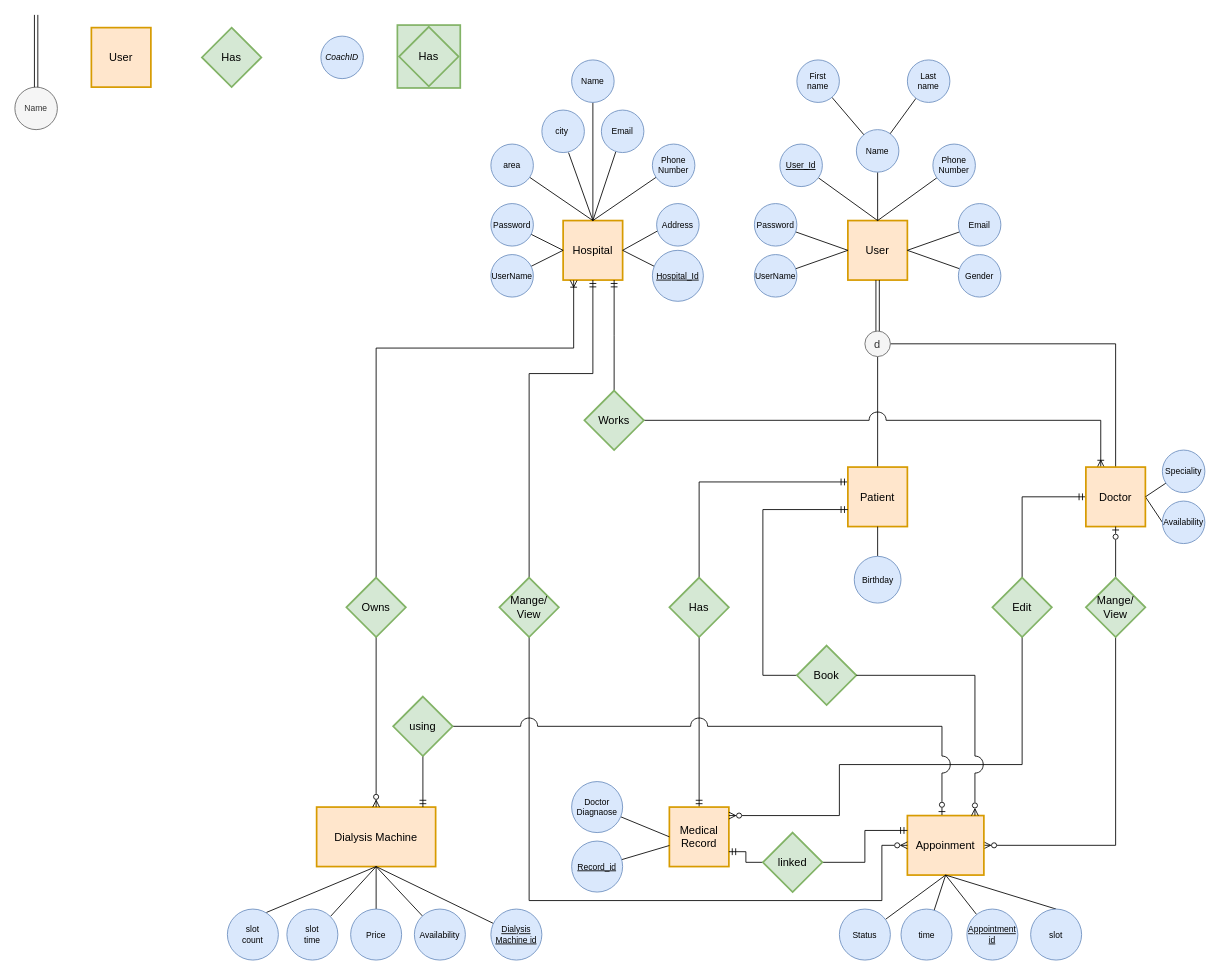
The draw.io diagram SQL/Yusuf's_erd.drawio in DoniaMetwalli/Hospital-System, before the edit. Source tidied: cells renumbered, new cells numbered last; positions are measured from the earlier drawing's top-left corner, leaving out a move shared by most shapes. Both pictures are drawn from the tidied source at 85%, with x=0, y=0 at pixel (14, 14).
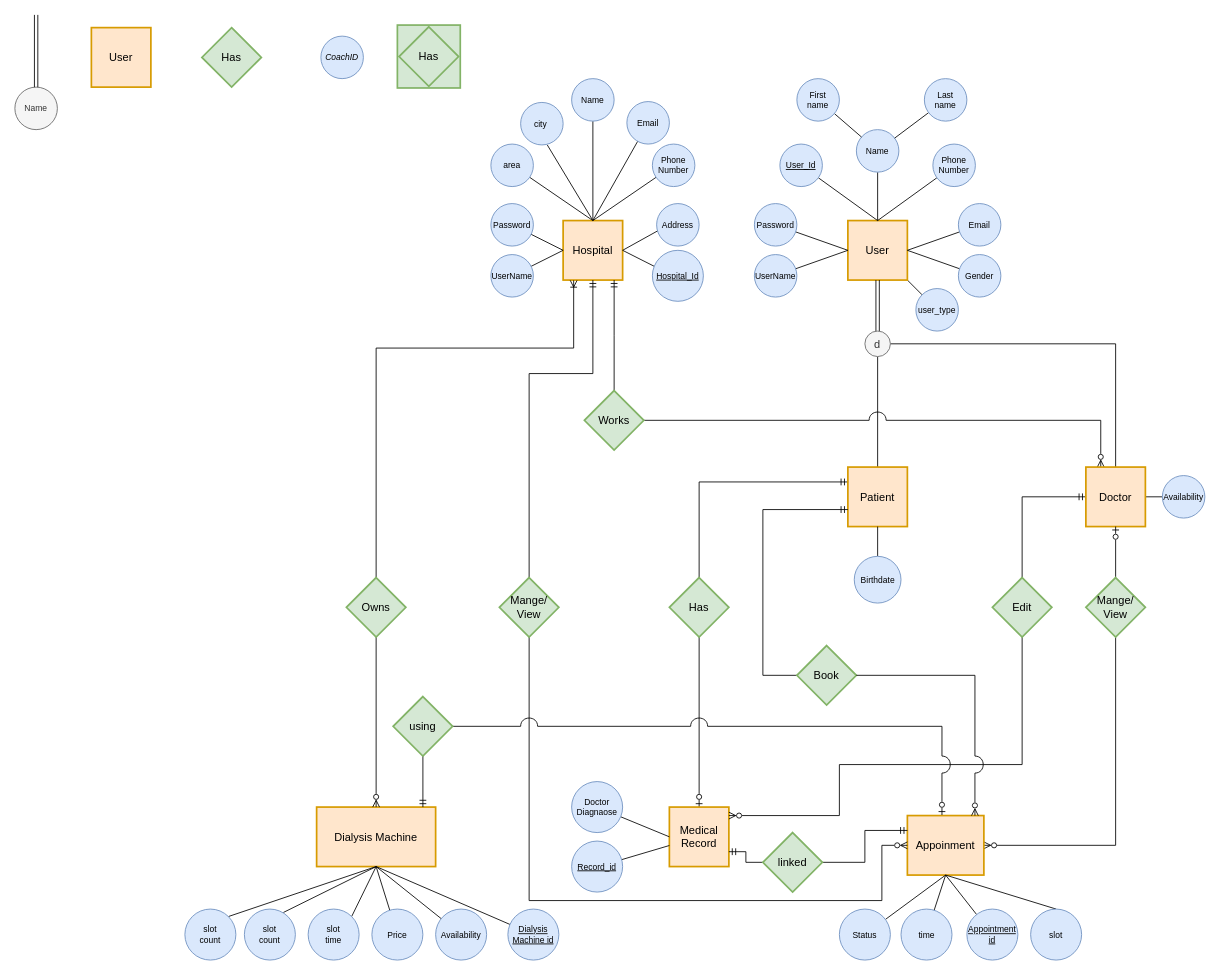
The same diagram, later.

The change refers to these unchanged cells:
```xml
<mxCell id="10" value="User" style="strokeWidth=2;whiteSpace=wrap;html=1;align=center;fontSize=13;fontFamily=Helvetica;fontColor=#000000;strokeColor=#d79b00;fillColor=#ffe6cc;" parent="1" vertex="1">
  <mxGeometry x="980" y="242" width="70" height="70" as="geometry" />
</mxCell>
<mxCell id="32" value="Doctor" style="strokeWidth=2;whiteSpace=wrap;html=1;align=center;fontSize=13;fontFamily=Helvetica;fontColor=#000000;strokeColor=#d79b00;fillColor=#ffe6cc;" parent="1" vertex="1">
  <mxGeometry x="1260" y="532" width="70" height="70" as="geometry" />
</mxCell>
<mxCell id="42" value="Has" style="shape=rhombus;strokeWidth=2;fontSize=13;perimeter=rhombusPerimeter;whiteSpace=wrap;html=1;align=center;fillColor=#d5e8d4;strokeColor=#82b366;" parent="1" vertex="1">
  <mxGeometry x="770" y="662" width="70" height="70" as="geometry" />
</mxCell>
<mxCell id="43" value="Medical Record" style="strokeWidth=2;whiteSpace=wrap;html=1;align=center;fontSize=13;fontFamily=Helvetica;fontColor=#000000;strokeColor=#d79b00;fillColor=#ffe6cc;" parent="1" vertex="1">
  <mxGeometry x="770" y="932" width="70" height="70" as="geometry" />
</mxCell>
<mxCell id="58" value="Dialysis Machine" style="strokeWidth=2;whiteSpace=wrap;html=1;align=center;fontSize=13;fontFamily=Helvetica;fontColor=#000000;strokeColor=#d79b00;fillColor=#ffe6cc;" parent="1" vertex="1">
  <mxGeometry x="355" y="932" width="140" height="70" as="geometry" />
</mxCell>
<mxCell id="71" value="Works" style="shape=rhombus;strokeWidth=2;fontSize=13;perimeter=rhombusPerimeter;whiteSpace=wrap;html=1;align=center;fillColor=#d5e8d4;strokeColor=#82b366;" parent="1" vertex="1">
  <mxGeometry x="670" y="442" width="70" height="70" as="geometry" />
</mxCell>
```

The edit, as a diff of the source:
```diff
@@
+    <mxCell id="112" style="rounded=0;jettySize=auto;html=1;exitX=1;exitY=1;exitDx=0;exitDy=0;entryX=0;entryY=0;entryDx=0;entryDy=0;endArrow=none;endFill=0;" parent="1" edge="1" source="10" target="113">
+      <mxGeometry relative="1" as="geometry" />
+    </mxCell>
@@
     <mxCell id="18" value="Last&lt;br&gt;name" style="ellipse;whiteSpace=wrap;html=1;fontSize=10;fillColor=#dae8fc;strokeColor=#6c8ebf;" parent="1" vertex="1">
-      <mxGeometry x="1050" y="53" width="50" height="50" as="geometry" />
+      <mxGeometry x="1070" y="75" width="50" height="50" as="geometry" />
     </mxCell>
@@
     <mxCell id="20" value="First &lt;br&gt;name" style="ellipse;whiteSpace=wrap;html=1;fontSize=10;fillColor=#dae8fc;strokeColor=#6c8ebf;" parent="1" vertex="1">
-      <mxGeometry x="920" y="53" width="50" height="50" as="geometry" />
+      <mxGeometry x="920" y="75" width="50" height="50" as="geometry" />
     </mxCell>
@@
-    <mxCell id="30" style="edgeStyle=orthogonalEdgeStyle;rounded=0;jettySize=auto;html=1;exitX=0.25;exitY=0;exitDx=0;exitDy=0;entryX=1;entryY=0.5;entryDx=0;entryDy=0;endArrow=none;endFill=0;startArrow=ERoneToMany;startFill=0;jumpSize=20;jumpStyle=arc;" parent="1" edge="1" source="32" target="71">
+    <mxCell id="30" style="edgeStyle=orthogonalEdgeStyle;rounded=0;jettySize=auto;html=1;exitX=0.25;exitY=0;exitDx=0;exitDy=0;entryX=1;entryY=0.5;entryDx=0;entryDy=0;endArrow=none;endFill=0;startArrow=ERzeroToMany;startFill=0;jumpSize=20;jumpStyle=arc;" parent="1" edge="1" source="32" target="71">
       <mxGeometry relative="1" as="geometry">
         <Array as="points">
           <mxPoint x="1278" y="477" />
         </Array>
       </mxGeometry>
     </mxCell>
@@
-    <mxCell id="38" value="Birthday" style="ellipse;whiteSpace=wrap;html=1;fontSize=10;fillColor=#dae8fc;strokeColor=#6c8ebf;" parent="1" vertex="1">
+    <mxCell id="38" value="Birthdate" style="ellipse;whiteSpace=wrap;html=1;fontSize=10;fillColor=#dae8fc;strokeColor=#6c8ebf;" parent="1" vertex="1">
       <mxGeometry x="987.5" y="637" width="55" height="55" as="geometry" />
     </mxCell>
-    <mxCell id="39" style="rounded=0;jettySize=auto;html=1;entryX=1;entryY=0.5;entryDx=0;entryDy=0;endArrow=none;endFill=0;" parent="1" edge="1" source="40" target="32">
-      <mxGeometry relative="1" as="geometry" />
-    </mxCell>
-    <mxCell id="40" value="Speciality" style="ellipse;whiteSpace=wrap;html=1;fontSize=10;fillColor=#dae8fc;strokeColor=#6c8ebf;" parent="1" vertex="1">
-      <mxGeometry x="1350" y="512" width="50" height="50" as="geometry" />
-    </mxCell>
-    <mxCell id="41" style="edgeStyle=orthogonalEdgeStyle;rounded=0;jettySize=auto;html=1;entryX=0.5;entryY=0;entryDx=0;entryDy=0;startArrow=none;startFill=0;endArrow=ERmandOne;endFill=0;" parent="1" edge="1" source="42" target="43">
+    <mxCell id="41" style="edgeStyle=orthogonalEdgeStyle;rounded=0;jettySize=auto;html=1;entryX=0.5;entryY=0;entryDx=0;entryDy=0;startArrow=none;startFill=0;endArrow=ERzeroToOne;endFill=0;" parent="1" edge="1" source="42" target="43">
       <mxGeometry relative="1" as="geometry" />
     </mxCell>
@@
     <mxCell id="63" value="Price" style="ellipse;whiteSpace=wrap;html=1;fontSize=10;fillColor=#dae8fc;strokeColor=#6c8ebf;" parent="1" vertex="1">
-      <mxGeometry x="395" y="1052" width="60" height="60" as="geometry" />
+      <mxGeometry x="420" y="1052" width="60" height="60" as="geometry" />
     </mxCell>
@@
     <mxCell id="65" value="Availability" style="ellipse;whiteSpace=wrap;html=1;fontSize=10;fillColor=#dae8fc;strokeColor=#6c8ebf;" parent="1" vertex="1">
-      <mxGeometry x="470" y="1052" width="60" height="60" as="geometry" />
+      <mxGeometry x="495" y="1052" width="60" height="60" as="geometry" />
     </mxCell>
@@
     <mxCell id="67" value="&lt;u&gt;Dialysis&lt;br&gt;Machine id&lt;/u&gt;" style="ellipse;whiteSpace=wrap;html=1;fontSize=10;fillColor=#dae8fc;strokeColor=#6c8ebf;" parent="1" vertex="1">
-      <mxGeometry x="560" y="1052" width="60" height="60" as="geometry" />
+      <mxGeometry x="580" y="1052" width="60" height="60" as="geometry" />
     </mxCell>
@@
     <mxCell id="75" value="Email" style="ellipse;whiteSpace=wrap;html=1;fontSize=10;fillColor=#dae8fc;strokeColor=#6c8ebf;" parent="1" vertex="1">
-      <mxGeometry x="690" y="112" width="50" height="50" as="geometry" />
+      <mxGeometry x="720" y="102" width="50" height="50" as="geometry" />
     </mxCell>
@@
     <mxCell id="94" value="&lt;span&gt;city&amp;nbsp;&lt;/span&gt;" style="ellipse;whiteSpace=wrap;html=1;fontSize=10;fillColor=#dae8fc;strokeColor=#6c8ebf;fontStyle=0;" parent="1" vertex="1">
-      <mxGeometry x="620" y="112" width="50" height="50" as="geometry" />
+      <mxGeometry x="595" y="103" width="50" height="50" as="geometry" />
     </mxCell>
@@
     <mxCell id="105" value="slot&lt;br&gt;time" style="ellipse;whiteSpace=wrap;html=1;fontSize=10;fillColor=#dae8fc;strokeColor=#6c8ebf;" parent="1" vertex="1">
-      <mxGeometry x="320" y="1052" width="60" height="60" as="geometry" />
+      <mxGeometry x="345" y="1052" width="60" height="60" as="geometry" />
     </mxCell>
@@
     <mxCell id="107" value="slot&lt;br&gt;count" style="ellipse;whiteSpace=wrap;html=1;fontSize=10;fillColor=#dae8fc;strokeColor=#6c8ebf;" parent="1" vertex="1">
-      <mxGeometry x="250" y="1052" width="60" height="60" as="geometry" />
+      <mxGeometry x="270" y="1052" width="60" height="60" as="geometry" />
     </mxCell>
@@
     <mxCell id="110" value="Availability" style="ellipse;whiteSpace=wrap;html=1;fontSize=10;fillColor=#dae8fc;strokeColor=#6c8ebf;" parent="1" vertex="1">
-      <mxGeometry x="1350" y="572" width="50" height="50" as="geometry" />
+      <mxGeometry x="1350" y="542" width="50" height="50" as="geometry" />
     </mxCell>
     <mxCell id="111" value="Name" style="ellipse;whiteSpace=wrap;html=1;fontSize=10;fillColor=#dae8fc;strokeColor=#6c8ebf;" parent="1" vertex="1">
-      <mxGeometry x="655" y="53" width="50" height="50" as="geometry" />
+      <mxGeometry x="655" y="75" width="50" height="50" as="geometry" />
     </mxCell>
+    <mxCell id="113" value="user_type" style="ellipse;whiteSpace=wrap;html=1;fontSize=10;fillColor=#dae8fc;strokeColor=#6c8ebf;" parent="1" vertex="1">
+      <mxGeometry x="1060" y="322" width="50" height="50" as="geometry" />
+    </mxCell>
+    <mxCell id="114" style="rounded=0;jettySize=auto;html=1;endArrow=none;endFill=0;entryX=0.5;entryY=1;entryDx=0;entryDy=0;exitX=1;exitY=0;exitDx=0;exitDy=0;" parent="1" edge="1" source="115" target="58">
+      <mxGeometry relative="1" as="geometry" />
+    </mxCell>
+    <mxCell id="115" value="slot&lt;br&gt;count" style="ellipse;whiteSpace=wrap;html=1;fontSize=10;fillColor=#dae8fc;strokeColor=#6c8ebf;" parent="1" vertex="1">
+      <mxGeometry x="200" y="1052" width="60" height="60" as="geometry" />
+    </mxCell>
```
